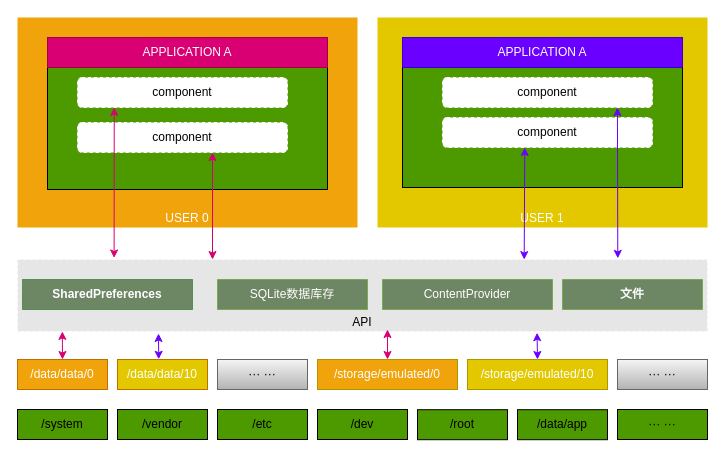
The draw.io diagram Android多用户应用.drawio in scuwan/draw.io, before the edit. Source tidied: cells renumbered, new cells numbered last; positions are measured from the earlier drawing's top-left corner, leaving out a move shared by most shapes. Both pictures are drawn from the tidied source at 100%, with x=0, y=0 at pixel (17, 17).
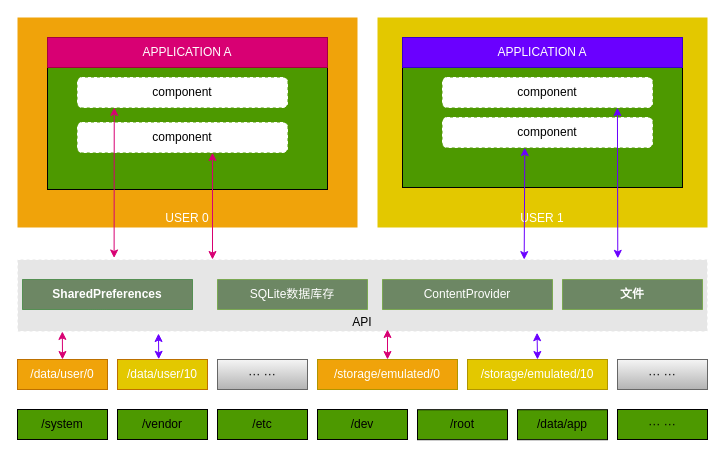
The same diagram, later.

Commit message (it also covers changes not shown here):
修改多用户数据目录/data/data/xxx ->/data/user/xxx

Diff of the diagram source:
```diff
@@
-    <mxCell id="8" value="/data/data/0" style="rounded=0;whiteSpace=wrap;html=1;fillColor=#f0a30a;strokeColor=#BD7000;fontColor=#ffffff;" parent="1" vertex="1">
+    <mxCell id="8" value="/data/user/0" style="rounded=0;whiteSpace=wrap;html=1;fillColor=#f0a30a;strokeColor=#BD7000;fontColor=#ffffff;" parent="1" vertex="1">
       <mxGeometry y="342" width="90" height="30" as="geometry" />
     </mxCell>
@@
-    <mxCell id="10" value="/data/data/10" style="rounded=0;whiteSpace=wrap;html=1;fillColor=#E3C800;strokeColor=#BD7000;fontColor=#ffffff;" parent="1" vertex="1">
+    <mxCell id="10" value="/data/user/10" style="rounded=0;whiteSpace=wrap;html=1;fillColor=#E3C800;strokeColor=#BD7000;fontColor=#ffffff;" parent="1" vertex="1">
       <mxGeometry x="100" y="342" width="90" height="30" as="geometry" />
     </mxCell>
```
